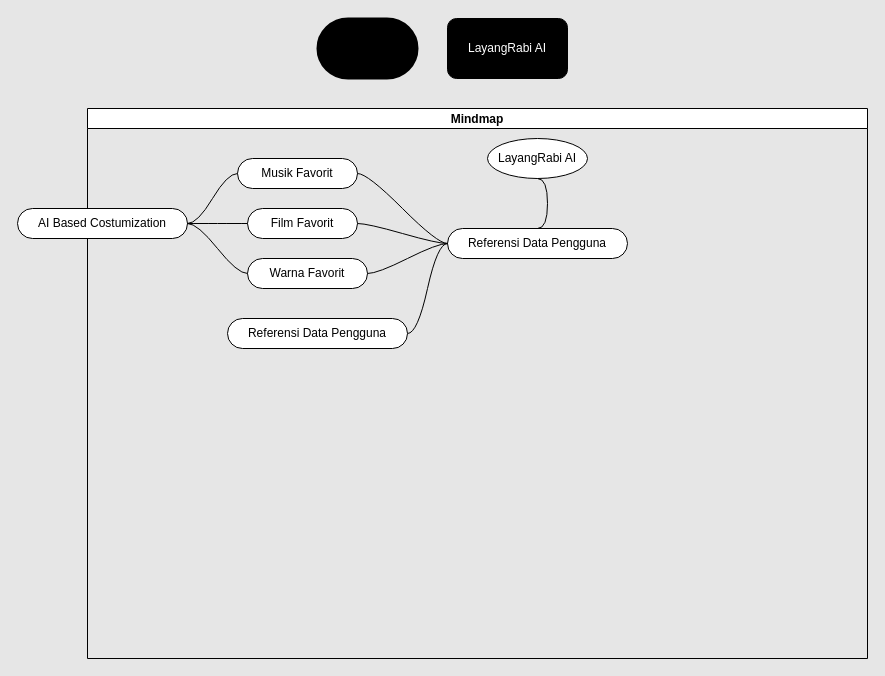
Earlier version of the draw.io diagram Layang Rabi Mindmap.drawio (Lucifwr233/Tugas_kuliah). Source tidied: cells renumbered, new cells numbered last; positions are measured from the earlier drawing's top-left corner, leaving out a move shared by most shapes. Both pictures are drawn from the tidied source at 100%, with x=0, y=0 at pixel (17, 18).
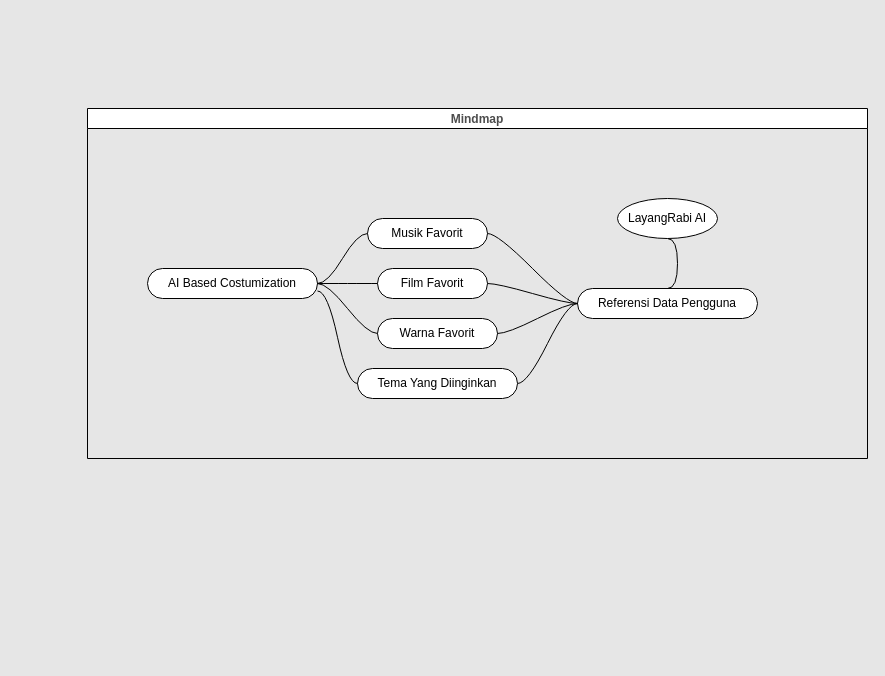
After the change.

The edit, as a diff of the source:
```diff
@@
 <mxGraphModel background="#E6E6E6">
   <root>
     <mxCell id="0" />
     <mxCell id="1" parent="0" />
-    <mxCell id="2" style="strokeWidth=2;html=1;shape=mxgraph.flowchart.terminator;whiteSpace=wrap;fillColor=#000000;fontColor=#FFFFFF;" parent="1" vertex="1">
-      <mxGeometry x="300" width="100" height="60" as="geometry" />
-    </mxCell>
-    <mxCell id="3" value="LayangRabi AI" style="rounded=1;whiteSpace=wrap;html=1;fillColor=#000000;fontColor=#FFFFFF;" parent="1" vertex="1">
-      <mxGeometry x="430" width="120" height="60" as="geometry" />
-    </mxCell>
-    <mxCell id="4" value="Mindmap" style="swimlane;startSize=20;horizontal=1;containerType=tree;" parent="1" vertex="1">
-      <mxGeometry x="70" y="90" width="780" height="550" as="geometry" />
+    <mxCell id="4" value="Mindmap" style="swimlane;startSize=20;horizontal=1;containerType=tree;fontColor=#4D4D4D;" parent="1" vertex="1">
+      <mxGeometry x="70" y="90" width="780" height="350" as="geometry" />
     </mxCell>
-    <mxCell id="5" value="LayangRabi AI" style="ellipse;whiteSpace=wrap;html=1;align=center;newEdgeStyle={&quot;edgeStyle&quot;:&quot;entityRelationEdgeStyle&quot;,&quot;startArrow&quot;:&quot;none&quot;,&quot;endArrow&quot;:&quot;none&quot;,&quot;segment&quot;:10,&quot;curved&quot;:1,&quot;sourcePerimeterSpacing&quot;:0,&quot;targetPerimeterSpacing&quot;:0};" parent="4" vertex="1">
-      <mxGeometry x="400" y="30" width="100" height="40" as="geometry" />
-    </mxCell>
     <mxCell id="6" style="edgeStyle=entityRelationEdgeStyle;rounded=0;jettySize=auto;html=1;startArrow=none;endArrow=none;segment=10;curved=1;sourcePerimeterSpacing=0;targetPerimeterSpacing=0;exitX=0.5;exitY=0;exitDx=0;exitDy=0;entryX=0.5;entryY=1;entryDx=0;entryDy=0;" parent="4" edge="1" source="7" target="5">
       <mxGeometry relative="1" as="geometry" />
     </mxCell>
     <mxCell id="7" value="Referensi Data Pengguna" style="whiteSpace=wrap;html=1;rounded=1;arcSize=50;align=center;verticalAlign=middle;strokeWidth=1;spacing=4;newEdgeStyle={&quot;edgeStyle&quot;:&quot;entityRelationEdgeStyle&quot;,&quot;startArrow&quot;:&quot;none&quot;,&quot;endArrow&quot;:&quot;none&quot;,&quot;segment&quot;:10,&quot;curved&quot;:1,&quot;sourcePerimeterSpacing&quot;:0,&quot;targetPerimeterSpacing&quot;:0};" parent="4" vertex="1">
-      <mxGeometry x="360" y="120" width="180" height="30" as="geometry" />
+      <mxGeometry x="490" y="180" width="180" height="30" as="geometry" />
     </mxCell>
     <mxCell id="8" value="Musik Favorit" style="whiteSpace=wrap;html=1;rounded=1;arcSize=50;align=center;verticalAlign=middle;strokeWidth=1;spacing=4;newEdgeStyle={&quot;edgeStyle&quot;:&quot;entityRelationEdgeStyle&quot;,&quot;startArrow&quot;:&quot;none&quot;,&quot;endArrow&quot;:&quot;none&quot;,&quot;segment&quot;:10,&quot;curved&quot;:1,&quot;sourcePerimeterSpacing&quot;:0,&quot;targetPerimeterSpacing&quot;:0};" parent="4" vertex="1" collapsed="1">
-      <mxGeometry x="150" y="50" width="120" height="30" as="geometry" />
+      <mxGeometry x="280" y="110" width="120" height="30" as="geometry" />
     </mxCell>
     <mxCell id="9" style="edgeStyle=entityRelationEdgeStyle;startArrow=none;endArrow=none;segment=10;curved=1;sourcePerimeterSpacing=0;targetPerimeterSpacing=0;rounded=0;" parent="4" edge="1" source="7" target="8">
       <mxGeometry relative="1" as="geometry" />
     </mxCell>
     <mxCell id="10" value="Film Favorit" style="whiteSpace=wrap;html=1;rounded=1;arcSize=50;align=center;verticalAlign=middle;strokeWidth=1;spacing=4;newEdgeStyle={&quot;edgeStyle&quot;:&quot;entityRelationEdgeStyle&quot;,&quot;startArrow&quot;:&quot;none&quot;,&quot;endArrow&quot;:&quot;none&quot;,&quot;segment&quot;:10,&quot;curved&quot;:1,&quot;sourcePerimeterSpacing&quot;:0,&quot;targetPerimeterSpacing&quot;:0};" parent="4" vertex="1">
-      <mxGeometry x="160" y="100" width="110" height="30" as="geometry" />
+      <mxGeometry x="290" y="160" width="110" height="30" as="geometry" />
     </mxCell>
     <mxCell id="11" style="edgeStyle=entityRelationEdgeStyle;startArrow=none;endArrow=none;segment=10;curved=1;sourcePerimeterSpacing=0;targetPerimeterSpacing=0;rounded=0;" parent="4" edge="1" source="7" target="10">
       <mxGeometry relative="1" as="geometry" />
     </mxCell>
     <mxCell id="12" value="Warna Favorit" style="whiteSpace=wrap;html=1;rounded=1;arcSize=50;align=center;verticalAlign=middle;strokeWidth=1;spacing=4;newEdgeStyle={&quot;edgeStyle&quot;:&quot;entityRelationEdgeStyle&quot;,&quot;startArrow&quot;:&quot;none&quot;,&quot;endArrow&quot;:&quot;none&quot;,&quot;segment&quot;:10,&quot;curved&quot;:1,&quot;sourcePerimeterSpacing&quot;:0,&quot;targetPerimeterSpacing&quot;:0};" parent="4" vertex="1">
-      <mxGeometry x="160" y="150" width="120" height="30" as="geometry" />
+      <mxGeometry x="290" y="210" width="120" height="30" as="geometry" />
     </mxCell>
     <mxCell id="13" style="edgeStyle=entityRelationEdgeStyle;startArrow=none;endArrow=none;segment=10;curved=1;sourcePerimeterSpacing=0;targetPerimeterSpacing=0;rounded=0;" parent="4" edge="1" source="7" target="12">
       <mxGeometry relative="1" as="geometry" />
     </mxCell>
     <mxCell id="14" style="edgeStyle=entityRelationEdgeStyle;rounded=0;jettySize=auto;html=1;startArrow=none;endArrow=none;segment=10;curved=1;sourcePerimeterSpacing=0;targetPerimeterSpacing=0;" parent="4" edge="1" source="7" target="15">
       <mxGeometry relative="1" as="geometry" />
     </mxCell>
-    <mxCell id="15" value="Referensi Data Pengguna" style="whiteSpace=wrap;html=1;rounded=1;arcSize=50;align=center;verticalAlign=middle;strokeWidth=1;spacing=4;newEdgeStyle={&quot;edgeStyle&quot;:&quot;entityRelationEdgeStyle&quot;,&quot;startArrow&quot;:&quot;none&quot;,&quot;endArrow&quot;:&quot;none&quot;,&quot;segment&quot;:10,&quot;curved&quot;:1,&quot;sourcePerimeterSpacing&quot;:0,&quot;targetPerimeterSpacing&quot;:0};" parent="4" vertex="1">
-      <mxGeometry x="140" y="210" width="180" height="30" as="geometry" />
+    <mxCell id="15" value="Tema Yang Diinginkan" style="whiteSpace=wrap;html=1;rounded=1;arcSize=50;align=center;verticalAlign=middle;strokeWidth=1;spacing=4;newEdgeStyle={&quot;edgeStyle&quot;:&quot;entityRelationEdgeStyle&quot;,&quot;startArrow&quot;:&quot;none&quot;,&quot;endArrow&quot;:&quot;none&quot;,&quot;segment&quot;:10,&quot;curved&quot;:1,&quot;sourcePerimeterSpacing&quot;:0,&quot;targetPerimeterSpacing&quot;:0};" parent="4" vertex="1">
+      <mxGeometry x="270" y="260" width="160" height="30" as="geometry" />
     </mxCell>
-    <mxCell id="16" value="AI Based Costumization" style="whiteSpace=wrap;html=1;rounded=1;arcSize=50;align=center;verticalAlign=middle;strokeWidth=1;spacing=4;newEdgeStyle={&quot;edgeStyle&quot;:&quot;entityRelationEdgeStyle&quot;,&quot;startArrow&quot;:&quot;none&quot;,&quot;endArrow&quot;:&quot;none&quot;,&quot;segment&quot;:10,&quot;curved&quot;:1,&quot;sourcePerimeterSpacing&quot;:0,&quot;targetPerimeterSpacing&quot;:0};" parent="1" vertex="1" collapsed="1">
-      <mxGeometry y="190" width="170" height="30" as="geometry" />
+    <mxCell id="16" value="AI Based Costumization" style="whiteSpace=wrap;html=1;rounded=1;arcSize=50;align=center;verticalAlign=middle;strokeWidth=1;spacing=4;newEdgeStyle={&quot;edgeStyle&quot;:&quot;entityRelationEdgeStyle&quot;,&quot;startArrow&quot;:&quot;none&quot;,&quot;endArrow&quot;:&quot;none&quot;,&quot;segment&quot;:10,&quot;curved&quot;:1,&quot;sourcePerimeterSpacing&quot;:0,&quot;targetPerimeterSpacing&quot;:0};" parent="4" vertex="1" collapsed="1">
+      <mxGeometry x="60" y="160" width="170" height="30" as="geometry" />
     </mxCell>
-    <mxCell id="17" style="edgeStyle=entityRelationEdgeStyle;startArrow=none;endArrow=none;segment=10;curved=1;sourcePerimeterSpacing=0;targetPerimeterSpacing=0;rounded=0;" parent="1" edge="1" source="8" target="16">
+    <mxCell id="17" style="edgeStyle=entityRelationEdgeStyle;startArrow=none;endArrow=none;segment=10;curved=1;sourcePerimeterSpacing=0;targetPerimeterSpacing=0;rounded=0;" parent="4" edge="1" source="8" target="16">
       <mxGeometry relative="1" as="geometry" />
     </mxCell>
-    <mxCell id="18" style="edgeStyle=entityRelationEdgeStyle;rounded=0;jettySize=auto;html=1;startArrow=none;endArrow=none;segment=10;curved=1;sourcePerimeterSpacing=0;targetPerimeterSpacing=0;" parent="1" edge="1" source="10" target="16">
+    <mxCell id="18" style="edgeStyle=entityRelationEdgeStyle;rounded=0;jettySize=auto;html=1;startArrow=none;endArrow=none;segment=10;curved=1;sourcePerimeterSpacing=0;targetPerimeterSpacing=0;" parent="4" edge="1" source="10" target="16">
       <mxGeometry relative="1" as="geometry" />
     </mxCell>
-    <mxCell id="19" style="edgeStyle=entityRelationEdgeStyle;rounded=0;jettySize=auto;html=1;startArrow=none;endArrow=none;segment=10;curved=1;sourcePerimeterSpacing=0;targetPerimeterSpacing=0;" parent="1" edge="1" source="12" target="16">
+    <mxCell id="19" style="edgeStyle=entityRelationEdgeStyle;rounded=0;jettySize=auto;html=1;startArrow=none;endArrow=none;segment=10;curved=1;sourcePerimeterSpacing=0;targetPerimeterSpacing=0;" parent="4" edge="1" source="12" target="16">
       <mxGeometry relative="1" as="geometry" />
     </mxCell>
+    <mxCell id="20" style="edgeStyle=entityRelationEdgeStyle;rounded=0;jettySize=auto;html=1;startArrow=none;endArrow=none;segment=10;curved=1;sourcePerimeterSpacing=0;targetPerimeterSpacing=0;exitX=0;exitY=0.5;exitDx=0;exitDy=0;entryX=1;entryY=0.75;entryDx=0;entryDy=0;" parent="4" edge="1" source="15" target="16">
+      <mxGeometry relative="1" as="geometry" />
+    </mxCell>
+    <mxCell id="5" value="LayangRabi AI" style="ellipse;whiteSpace=wrap;html=1;align=center;newEdgeStyle={&quot;edgeStyle&quot;:&quot;entityRelationEdgeStyle&quot;,&quot;startArrow&quot;:&quot;none&quot;,&quot;endArrow&quot;:&quot;none&quot;,&quot;segment&quot;:10,&quot;curved&quot;:1,&quot;sourcePerimeterSpacing&quot;:0,&quot;targetPerimeterSpacing&quot;:0};" parent="4" vertex="1">
+      <mxGeometry x="530" y="90" width="100" height="40" as="geometry" />
+    </mxCell>
   </root>
 </mxGraphModel>
```
